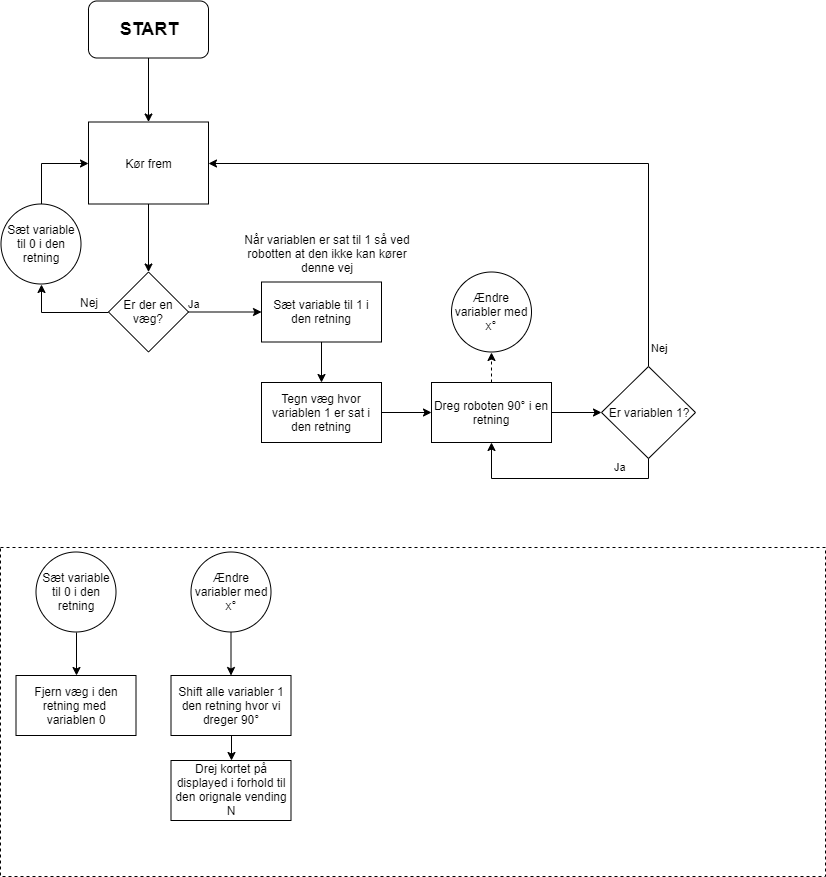
The draw.io diagram img/EV3 - Weak AI Advanced.png in kasp470f/EV3-MazeAI, before a commit. Source tidied: cells renumbered, new cells last; positions are measured from the earlier drawing's top-left corner, leaving out a move shared by most shapes.
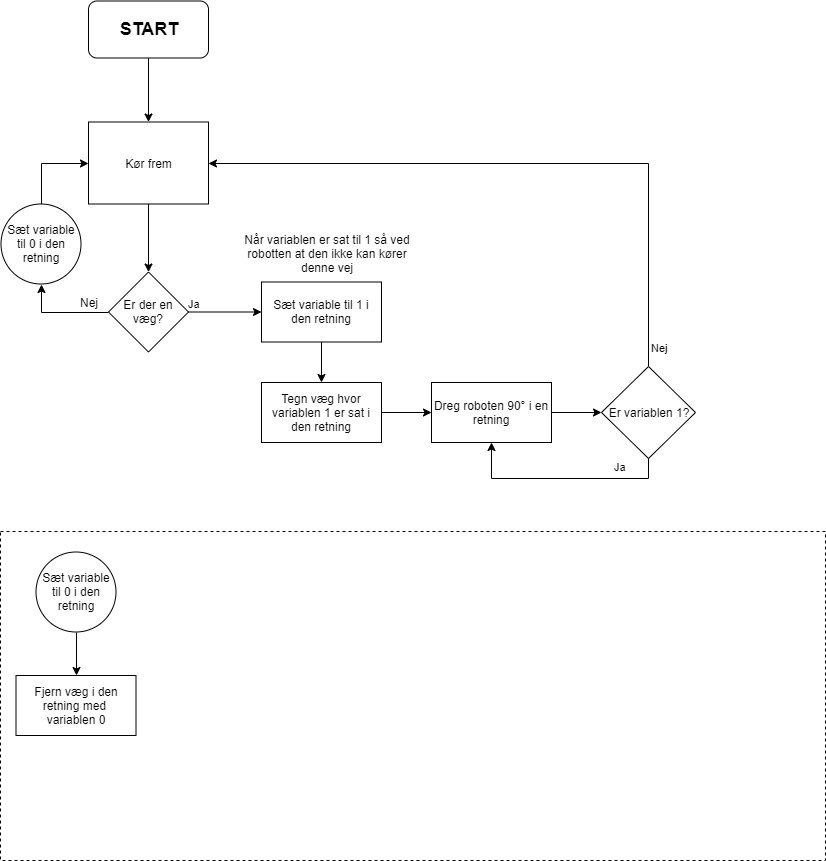
The same file after the commit.

Diff of the diagram source:
```diff
@@ -3,7 +3,7 @@
     <mxCell id="0" />
     <mxCell id="1" parent="0" />
     <mxCell id="2" style="rounded=0;whiteSpace=wrap;html=1;dashed=1;" parent="1" vertex="1">
-      <mxGeometry y="546" width="825" height="329" as="geometry" />
+      <mxGeometry y="530" width="825" height="329" as="geometry" />
     </mxCell>
     <mxCell id="3" style="edgeStyle=orthogonalEdgeStyle;rounded=0;jettySize=auto;html=1;" parent="1" edge="1" source="4" target="10">
       <mxGeometry relative="1" as="geometry" />
@@ -33,9 +33,6 @@
     <mxCell id="10" value="Er der en væg?" style="rhombus;whiteSpace=wrap;html=1;" parent="1" vertex="1">
       <mxGeometry x="108" y="270.5" width="80" height="80" as="geometry" />
     </mxCell>
-    <mxCell id="11" style="edgeStyle=orthogonalEdgeStyle;rounded=0;jettySize=auto;html=1;exitX=0.5;exitY=0;exitDx=0;exitDy=0;entryX=0.5;entryY=1;entryDx=0;entryDy=0;dashed=1;" parent="1" edge="1" source="12" target="32">
-      <mxGeometry relative="1" as="geometry" />
-    </mxCell>
     <mxCell id="12" value="Dreg roboten 90° i en retning" style="rounded=0;whiteSpace=wrap;html=1;" parent="1" vertex="1">
       <mxGeometry x="431" y="381" width="120" height="60" as="geometry" />
     </mxCell>
@@ -81,23 +78,5 @@
     <mxCell id="26" value="Fjern væg i den retning med &lt;br&gt;variablen 0" style="rounded=0;whiteSpace=wrap;html=1;" parent="1" vertex="1">
       <mxGeometry x="15.5" y="674" width="120" height="60" as="geometry" />
     </mxCell>
-    <mxCell id="27" style="edgeStyle=orthogonalEdgeStyle;rounded=0;jettySize=auto;html=1;" parent="1" edge="1" source="28" target="29">
-      <mxGeometry relative="1" as="geometry" />
-    </mxCell>
-    <mxCell id="28" value="&lt;span style=&quot;white-space: normal&quot;&gt;Shift alle variabler 1 den retning hvor vi dreger&amp;nbsp;&lt;/span&gt;&lt;span style=&quot;white-space: normal&quot;&gt;90°&lt;/span&gt;" style="rounded=0;whiteSpace=wrap;html=1;" parent="1" vertex="1">
-      <mxGeometry x="170.5" y="674" width="120" height="60" as="geometry" />
-    </mxCell>
-    <mxCell id="29" value="Drej kortet på displayed i forhold til den orignale vending N" style="rounded=0;whiteSpace=wrap;html=1;" parent="1" vertex="1">
-      <mxGeometry x="170.5" y="759" width="120" height="60" as="geometry" />
-    </mxCell>
-    <mxCell id="30" style="edgeStyle=orthogonalEdgeStyle;rounded=0;jettySize=auto;html=1;" parent="1" edge="1" source="31" target="28">
-      <mxGeometry relative="1" as="geometry" />
-    </mxCell>
-    <mxCell id="31" value="Ændre variabler med x°" style="ellipse;whiteSpace=wrap;html=1;" parent="1" vertex="1">
-      <mxGeometry x="190.5" y="550.5" width="80" height="80" as="geometry" />
-    </mxCell>
-    <mxCell id="32" value="Ændre variabler med x°" style="ellipse;whiteSpace=wrap;html=1;" parent="1" vertex="1">
-      <mxGeometry x="451" y="270.5" width="80" height="80" as="geometry" />
-    </mxCell>
   </root>
 </mxGraphModel>
```
